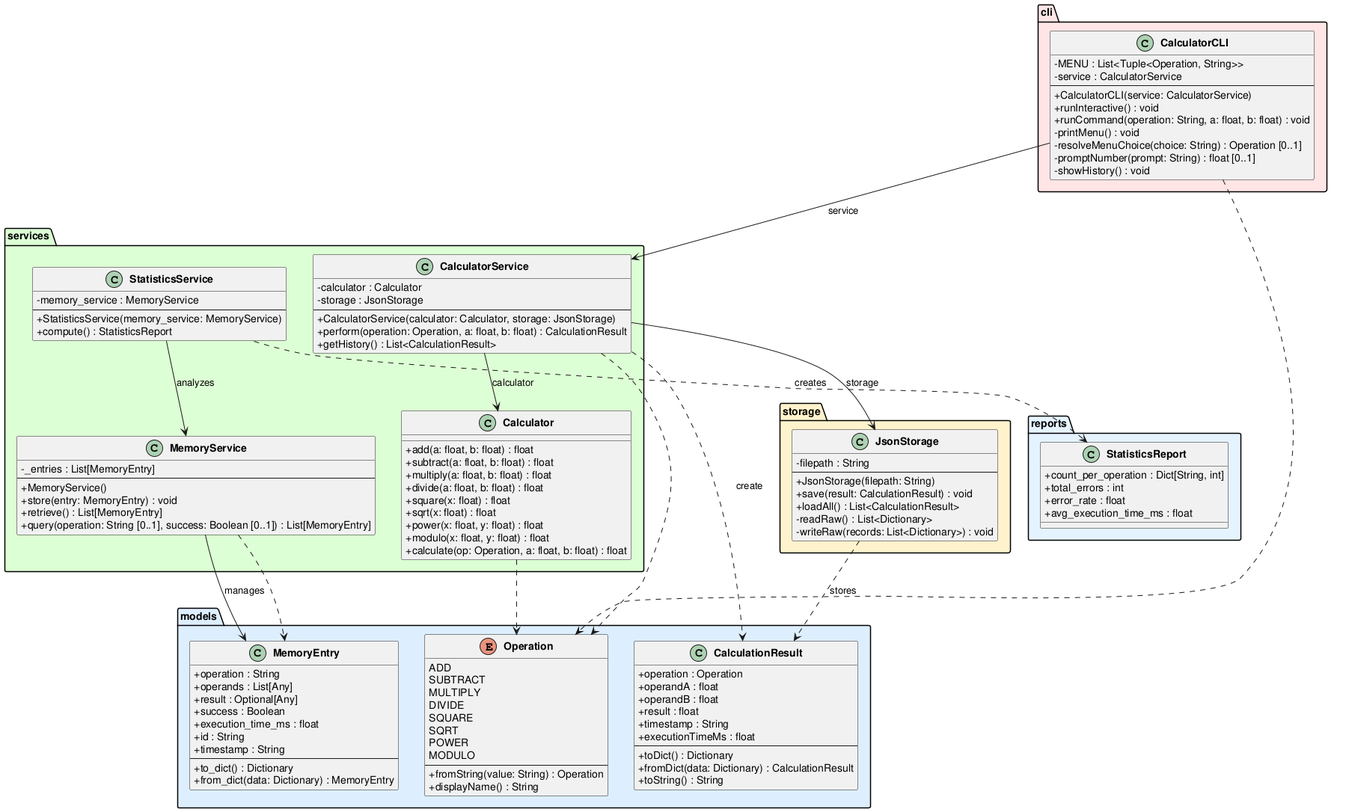
Before: experiments/broadcast/test_driven/calculator/artifacts/class_diagram.png, a diagram exported from PlantUML (DanielRiha8906/Software_autoevolution_using_agents).
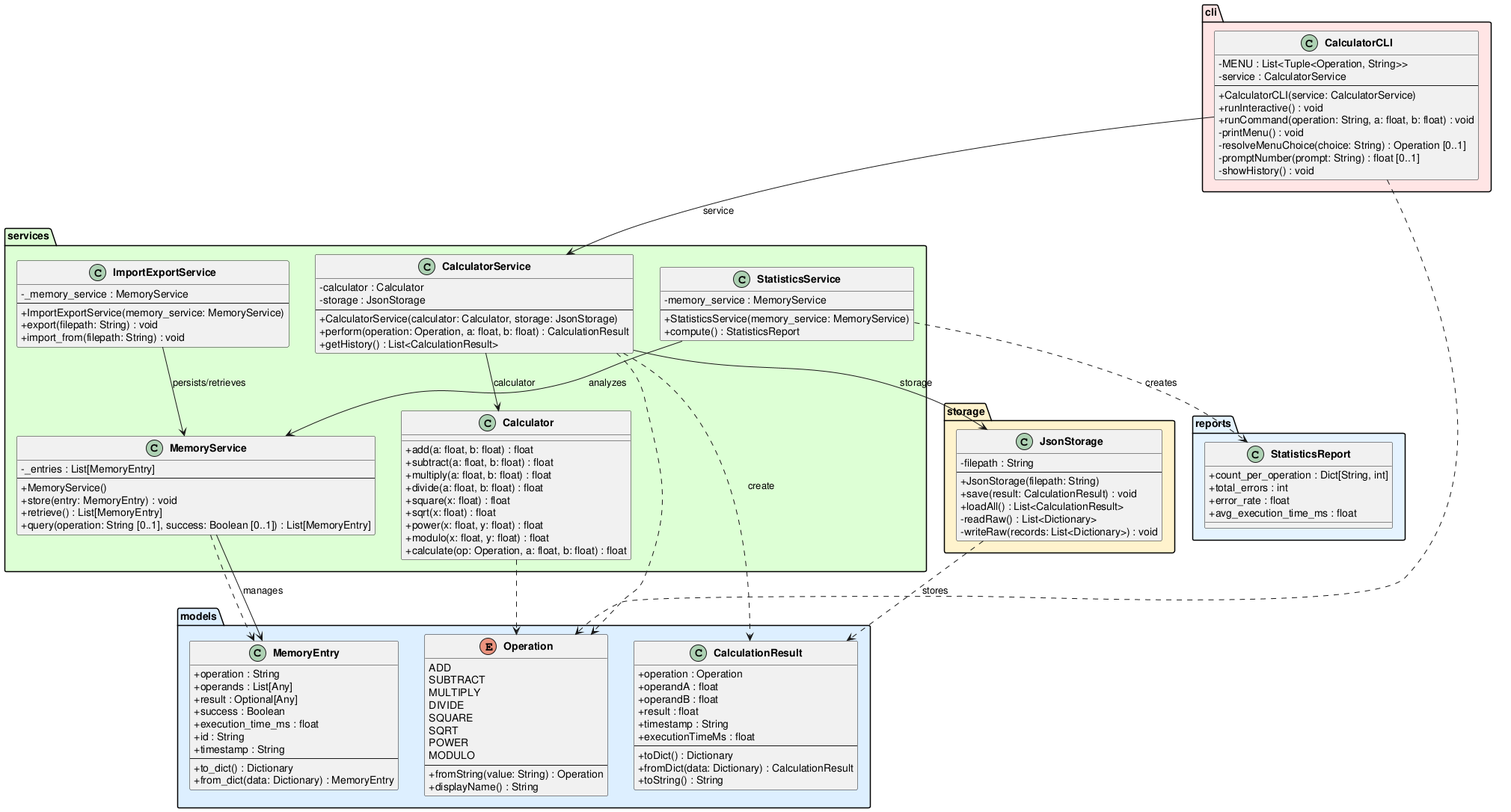
Later version of the same file.

Change to the diagram source:
```diff
@@ -82,6 +82,14 @@
         +StatisticsService(memory_service: MemoryService)
         +compute() : StatisticsReport
     }
+
+    class ImportExportService {
+        -_memory_service : MemoryService
+        --
+        +ImportExportService(memory_service: MemoryService)
+        +export(filepath: String) : void
+        +import_from(filepath: String) : void
+    }
 }
 
 package "reports" #E5F3FF {
@@ -125,6 +133,7 @@
 CalculatorService --> JsonStorage : storage
 MemoryService --> MemoryEntry : manages
 StatisticsService --> MemoryService : analyzes
+ImportExportService --> MemoryService : persists/retrieves
 StatisticsService ..> StatisticsReport : creates
 
 CalculatorService ..> CalculationResult : create
```
